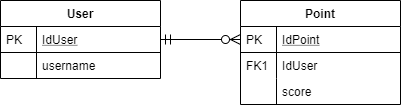
Earlier version of the draw.io export Documentacion/Diagrama Relacional.png (RodrigoUngo/Provisional-05_Arkanoid). Source tidied: cells renumbered, new cells last; positions are measured from the earlier drawing's top-left corner, leaving out a move shared by most shapes. Source of this version:
```xml
<mxGraphModel>
  <root>
    <mxCell id="0" />
    <mxCell id="1" parent="0" />
    <mxCell id="2" value="User" style="swimlane;fontStyle=1;horizontal=1;startSize=26;rounded=0;shadow=0;strokeWidth=1;" parent="1" vertex="1">
      <mxGeometry width="160" height="78" as="geometry" />
    </mxCell>
    <mxCell id="3" value="IdUser" style="shape=partialRectangle;top=0;left=0;right=0;bottom=1;align=left;verticalAlign=top;fillColor=none;spacingLeft=40;spacingRight=4;overflow=hidden;points=[[0,0.5],[1,0.5]];portConstraint=eastwest;rounded=0;shadow=0;strokeWidth=1;fontStyle=4;" parent="2" vertex="1">
      <mxGeometry y="26" width="160" height="26" as="geometry" />
    </mxCell>
    <mxCell id="4" value="PK" style="shape=partialRectangle;top=0;left=0;bottom=0;fillColor=none;align=left;verticalAlign=top;spacingLeft=4;spacingRight=4;overflow=hidden;" parent="3" vertex="1">
      <mxGeometry width="36" height="26" as="geometry" />
    </mxCell>
    <mxCell id="5" value="username" style="shape=partialRectangle;top=0;left=0;right=0;bottom=0;align=left;verticalAlign=top;fillColor=none;spacingLeft=40;spacingRight=4;overflow=hidden;rounded=0;shadow=0;strokeWidth=1;" parent="2" vertex="1">
      <mxGeometry y="52" width="160" height="26" as="geometry" />
    </mxCell>
    <mxCell id="6" style="shape=partialRectangle;top=0;left=0;bottom=0;fillColor=none;align=left;verticalAlign=top;spacingLeft=4;spacingRight=4;overflow=hidden;" parent="5" vertex="1">
      <mxGeometry width="36" height="26" as="geometry" />
    </mxCell>
    <mxCell id="7" value="Point" style="swimlane;fontStyle=1;horizontal=1;startSize=26;rounded=0;shadow=0;strokeWidth=1;" parent="1" vertex="1">
      <mxGeometry x="240" width="160" height="104" as="geometry" />
    </mxCell>
    <mxCell id="8" value="IdPoint" style="shape=partialRectangle;top=0;left=0;right=0;bottom=1;align=left;verticalAlign=top;fillColor=none;spacingLeft=40;spacingRight=4;overflow=hidden;points=[[0,0.5],[1,0.5]];portConstraint=eastwest;rounded=0;shadow=0;strokeWidth=1;fontStyle=4;" parent="7" vertex="1">
      <mxGeometry y="26" width="160" height="26" as="geometry" />
    </mxCell>
    <mxCell id="9" value="PK" style="shape=partialRectangle;top=0;left=0;bottom=0;fillColor=none;align=left;verticalAlign=top;spacingLeft=4;spacingRight=4;overflow=hidden;" parent="8" vertex="1">
      <mxGeometry width="36" height="26" as="geometry" />
    </mxCell>
    <mxCell id="10" value="IdUser" style="shape=partialRectangle;top=0;left=0;right=0;bottom=0;align=left;verticalAlign=top;fillColor=none;spacingLeft=40;spacingRight=4;overflow=hidden;rounded=0;shadow=0;strokeWidth=1;" parent="7" vertex="1">
      <mxGeometry y="52" width="160" height="26" as="geometry" />
    </mxCell>
    <mxCell id="11" value="FK1" style="shape=partialRectangle;top=0;left=0;bottom=0;fillColor=none;align=left;verticalAlign=top;spacingLeft=4;spacingRight=4;overflow=hidden;" parent="10" vertex="1">
      <mxGeometry width="36" height="26" as="geometry" />
    </mxCell>
    <mxCell id="12" value="score" style="shape=partialRectangle;top=0;left=0;right=0;bottom=0;align=left;verticalAlign=top;fillColor=none;spacingLeft=40;spacingRight=4;overflow=hidden;rounded=0;shadow=0;strokeWidth=1;" parent="7" vertex="1">
      <mxGeometry y="78" width="160" height="26" as="geometry" />
    </mxCell>
    <mxCell id="13" style="shape=partialRectangle;top=0;left=0;bottom=0;fillColor=none;align=left;verticalAlign=top;spacingLeft=4;spacingRight=4;overflow=hidden;" parent="12" vertex="1">
      <mxGeometry width="36" height="26" as="geometry" />
    </mxCell>
    <mxCell id="14" style="edgeStyle=orthogonalEdgeStyle;endArrow=ERzeroToMany;startArrow=ERmandOne;shadow=0;strokeWidth=1;endSize=8;startSize=8;" parent="1" edge="1" source="3" target="8">
      <mxGeometry relative="1" as="geometry" />
    </mxCell>
  </root>
</mxGraphModel>
```
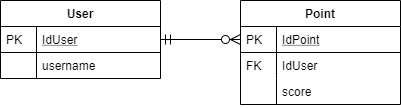
Later version of the same file.

Commit message:
Deleted Res directory, Added UML and Technical Manual to Documentacion directory

Diff of the diagram source:
```diff
@@ -29,7 +29,7 @@
     <mxCell id="10" value="IdUser" style="shape=partialRectangle;top=0;left=0;right=0;bottom=0;align=left;verticalAlign=top;fillColor=none;spacingLeft=40;spacingRight=4;overflow=hidden;rounded=0;shadow=0;strokeWidth=1;" parent="7" vertex="1">
       <mxGeometry y="52" width="160" height="26" as="geometry" />
     </mxCell>
-    <mxCell id="11" value="FK1" style="shape=partialRectangle;top=0;left=0;bottom=0;fillColor=none;align=left;verticalAlign=top;spacingLeft=4;spacingRight=4;overflow=hidden;" parent="10" vertex="1">
+    <mxCell id="11" value="FK" style="shape=partialRectangle;top=0;left=0;bottom=0;fillColor=none;align=left;verticalAlign=top;spacingLeft=4;spacingRight=4;overflow=hidden;" parent="10" vertex="1">
       <mxGeometry width="36" height="26" as="geometry" />
     </mxCell>
     <mxCell id="12" value="score" style="shape=partialRectangle;top=0;left=0;right=0;bottom=0;align=left;verticalAlign=top;fillColor=none;spacingLeft=40;spacingRight=4;overflow=hidden;rounded=0;shadow=0;strokeWidth=1;" parent="7" vertex="1">
```
